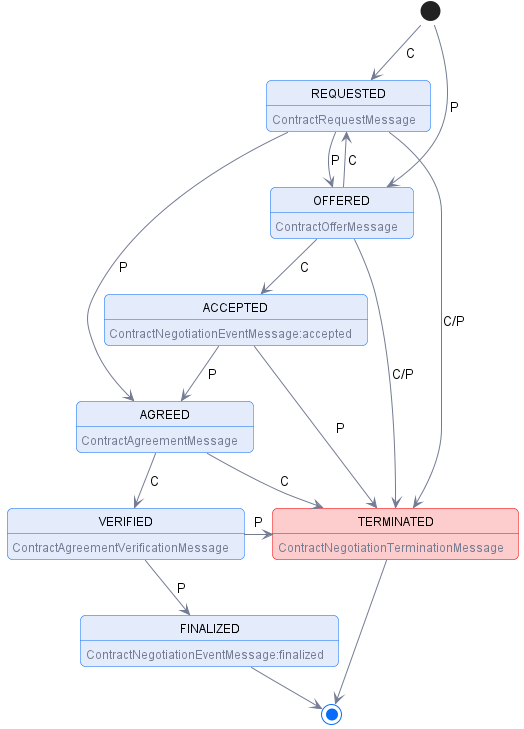
This is negotiation/contract.negotiation.state.machine.png from International-Data-Spaces-Association/ids-specification, a PlantUML export, as it was before one commit.
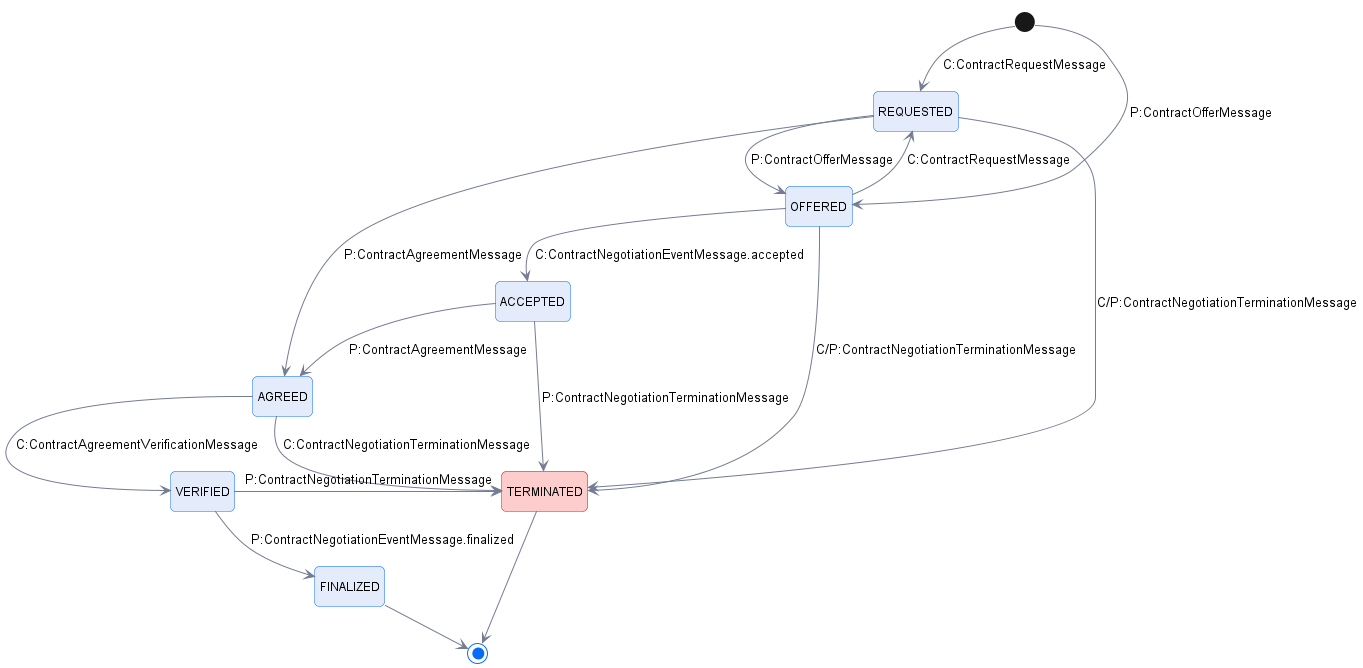
After the commit.

Commit message:
Pull messages as transition triggers into edges of "contract negotiation state machine"

Change to the diagram source:
```diff
@@ -5,35 +5,36 @@
 
 hide empty description
 
-state REQUESTED: <color:$darkGray>ContractRequestMessage
-state OFFERED: <color:$darkGray>ContractOfferMessage
-state ACCEPTED: <color:$darkGray>ContractNegotiationEventMessage:accepted
-state AGREED: <color:$darkGray>ContractAgreementMessage
-state VERIFIED: <color:$darkGray>ContractAgreementVerificationMessage
-state FINALIZED: <color:$darkGray>ContractNegotiationEventMessage:finalized
+state REQUESTED
+state OFFERED
+state ACCEPTED
+state AGREED
+state VERIFIED
+state FINALIZED
+state TERMINATED $lightRed #$borderRed
 
-state TERMINATED $lightRed #$borderRed:  <color:$darkGray>ContractNegotiationTerminationMessage
+[*] --> REQUESTED: C:ContractRequestMessage
+[*] --> OFFERED: P:ContractOfferMessage
 
-[*] --> REQUESTED: C
-REQUESTED -->  OFFERED: P
-REQUESTED -->  AGREED: P
-REQUESTED --> TERMINATED: C/P
+REQUESTED -->  OFFERED: P:ContractOfferMessage
+REQUESTED -->  AGREED: P:ContractAgreementMessage
+REQUESTED --> TERMINATED: C/P:ContractNegotiationTerminationMessage
 
-[*] --> OFFERED: P
-OFFERED -->  REQUESTED: C
-OFFERED -->  ACCEPTED: C
-OFFERED -->  TERMINATED: C/P
+OFFERED -->  REQUESTED: C:ContractRequestMessage
+OFFERED -->  ACCEPTED: C:ContractNegotiationEventMessage.accepted
+OFFERED -->  TERMINATED: C/P:ContractNegotiationTerminationMessage
 
-ACCEPTED --> AGREED: P
-ACCEPTED -> TERMINATED: P
+ACCEPTED --> AGREED: P:ContractAgreementMessage
+ACCEPTED -> TERMINATED: P:ContractNegotiationTerminationMessage
 
-AGREED --> VERIFIED: C
-AGREED --> TERMINATED: C
+AGREED --> VERIFIED: C:ContractAgreementVerificationMessage
+AGREED --> TERMINATED: C:ContractNegotiationTerminationMessage
 
-VERIFIED --> FINALIZED: P
-VERIFIED -> TERMINATED: P
+VERIFIED --> FINALIZED: P:ContractNegotiationEventMessage.finalized
+VERIFIED -> TERMINATED: P:ContractNegotiationTerminationMessage
 
 FINALIZED -->[*]
+
 TERMINATED --> [*]
 
 @enduml
```
